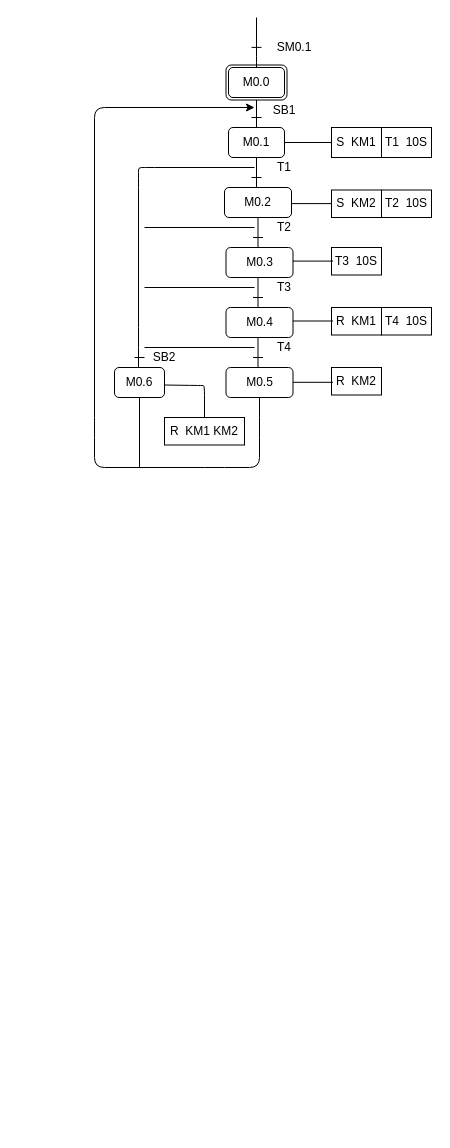
Before: Untitled Diagram.drawio in Winston9n78/Web, a draw.io diagram. Source tidied: cells renumbered, new cells numbered last; positions are measured from the earlier drawing's top-left corner, leaving out a move shared by most shapes. Both pictures are drawn from the tidied source at 100%, with x=0, y=0 at pixel (94, 17).
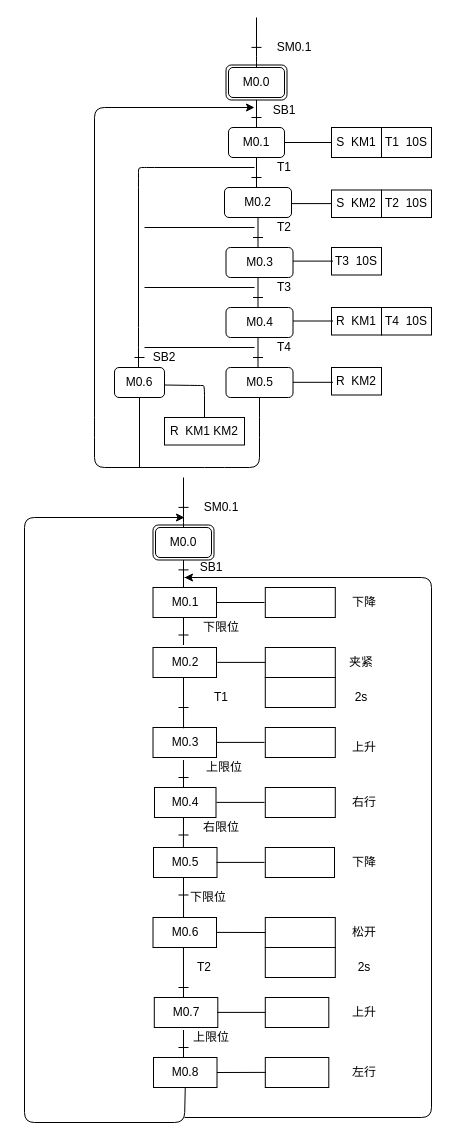
The same page after the edit.

Change to the diagram source:
```diff
@@
+    <mxCell id="51" style="rounded=1;whiteSpace=wrap;html=1;" parent="1" vertex="1">
+      <mxGeometry x="58.5" y="507.5" width="61" height="35" as="geometry" />
+    </mxCell>
+    <mxCell id="52" value="M0.0" style="rounded=1;whiteSpace=wrap;html=1;" parent="1" vertex="1">
+      <mxGeometry x="61" y="510" width="56" height="30" as="geometry" />
+    </mxCell>
+    <mxCell id="53" style="endArrow=none;html=1;" parent="1" edge="1">
+      <mxGeometry relative="1" as="geometry">
+        <mxPoint x="89" y="460" as="sourcePoint" />
+        <mxPoint x="89" y="510" as="targetPoint" />
+        <Array as="points">
+          <mxPoint x="89" y="500" />
+        </Array>
+      </mxGeometry>
+    </mxCell>
+    <mxCell id="54" value="SM0.1" style="text;html=1;strokeColor=none;fillColor=none;align=center;verticalAlign=middle;whiteSpace=wrap;rounded=0;" parent="1" vertex="1">
+      <mxGeometry x="107" y="480" width="40" height="20" as="geometry" />
+    </mxCell>
+    <mxCell id="55" style="endArrow=none;html=1;exitX=0.5;exitY=1;exitDx=0;exitDy=0;" parent="1" edge="1" source="51">
+      <mxGeometry relative="1" as="geometry">
+        <mxPoint x="89" y="570" as="targetPoint" />
+      </mxGeometry>
+    </mxCell>
+    <mxCell id="56" style="endArrow=none;html=1;" parent="1" edge="1">
+      <mxGeometry relative="1" as="geometry">
+        <mxPoint x="94" y="552.4" as="sourcePoint" />
+        <mxPoint x="84" y="552.4" as="targetPoint" />
+      </mxGeometry>
+    </mxCell>
+    <mxCell id="57" style="endArrow=none;html=1;" parent="1" edge="1">
+      <mxGeometry relative="1" as="geometry">
+        <mxPoint x="94" y="489.9" as="sourcePoint" />
+        <mxPoint x="84" y="489.9" as="targetPoint" />
+      </mxGeometry>
+    </mxCell>
+    <mxCell id="58" value="SB1" style="text;html=1;strokeColor=none;fillColor=none;align=center;verticalAlign=middle;whiteSpace=wrap;rounded=0;" parent="1" vertex="1">
+      <mxGeometry x="97" y="540" width="40" height="20" as="geometry" />
+    </mxCell>
+    <mxCell id="59" value="M0.1" style="rounded=0;whiteSpace=wrap;html=1;" parent="1" vertex="1">
+      <mxGeometry x="58.5" y="570" width="63.5" height="30" as="geometry" />
+    </mxCell>
+    <mxCell id="60" style="rounded=0;whiteSpace=wrap;html=1;" parent="1" vertex="1">
+      <mxGeometry x="170.8" y="570" width="70" height="30" as="geometry" />
+    </mxCell>
+    <mxCell id="61" value="M0.2" style="rounded=0;whiteSpace=wrap;html=1;" parent="1" vertex="1">
+      <mxGeometry x="58.5" y="630" width="63.5" height="30" as="geometry" />
+    </mxCell>
+    <mxCell id="62" style="rounded=0;whiteSpace=wrap;html=1;" parent="1" vertex="1">
+      <mxGeometry x="170.8" y="630" width="70" height="30" as="geometry" />
+    </mxCell>
+    <mxCell id="63" value="M0.3" style="rounded=0;whiteSpace=wrap;html=1;" parent="1" vertex="1">
+      <mxGeometry x="58.5" y="710" width="63.5" height="30" as="geometry" />
+    </mxCell>
+    <mxCell id="64" style="rounded=0;whiteSpace=wrap;html=1;" parent="1" vertex="1">
+      <mxGeometry x="170.8" y="660" width="70" height="30" as="geometry" />
+    </mxCell>
+    <mxCell id="65" value="M0.4" style="rounded=0;whiteSpace=wrap;html=1;" parent="1" vertex="1">
+      <mxGeometry x="60" y="770" width="61.5" height="30" as="geometry" />
+    </mxCell>
+    <mxCell id="66" style="rounded=0;whiteSpace=wrap;html=1;" parent="1" vertex="1">
+      <mxGeometry x="170.8" y="710" width="70" height="30" as="geometry" />
+    </mxCell>
+    <mxCell id="67" value="M0.5" style="rounded=0;whiteSpace=wrap;html=1;" parent="1" vertex="1">
+      <mxGeometry x="59" y="830" width="63.5" height="30" as="geometry" />
+    </mxCell>
+    <mxCell id="68" style="rounded=0;whiteSpace=wrap;html=1;" parent="1" vertex="1">
+      <mxGeometry x="170.8" y="770" width="70" height="30" as="geometry" />
+    </mxCell>
+    <mxCell id="69" style="rounded=0;whiteSpace=wrap;html=1;" parent="1" vertex="1">
+      <mxGeometry x="170.8" y="830" width="69.2" height="30" as="geometry" />
+    </mxCell>
+    <mxCell id="70" value="M0.6" style="rounded=0;whiteSpace=wrap;html=1;" parent="1" vertex="1">
+      <mxGeometry x="58.5" y="900" width="63.5" height="30" as="geometry" />
+    </mxCell>
+    <mxCell id="71" style="rounded=0;whiteSpace=wrap;html=1;" parent="1" vertex="1">
+      <mxGeometry x="170.8" y="900" width="70" height="30" as="geometry" />
+    </mxCell>
+    <mxCell id="72" style="rounded=0;whiteSpace=wrap;html=1;" parent="1" vertex="1">
+      <mxGeometry x="170.8" y="930" width="70" height="30" as="geometry" />
+    </mxCell>
+    <mxCell id="73" value="M0.7" style="rounded=0;whiteSpace=wrap;html=1;" parent="1" vertex="1">
+      <mxGeometry x="59.8" y="980" width="63.5" height="30" as="geometry" />
+    </mxCell>
+    <mxCell id="74" style="rounded=0;whiteSpace=wrap;html=1;" parent="1" vertex="1">
+      <mxGeometry x="170.8" y="980" width="63.5" height="30" as="geometry" />
+    </mxCell>
+    <mxCell id="75" value="M0.8" style="rounded=0;whiteSpace=wrap;html=1;" parent="1" vertex="1">
+      <mxGeometry x="59" y="1040" width="63.5" height="30" as="geometry" />
+    </mxCell>
+    <mxCell id="76" style="rounded=0;whiteSpace=wrap;html=1;" parent="1" vertex="1">
+      <mxGeometry x="170.8" y="1040" width="63.5" height="30" as="geometry" />
+    </mxCell>
+    <mxCell id="77" style="endArrow=none;html=1;exitX=1;exitY=0.5;exitDx=0;exitDy=0;" parent="1" edge="1" source="59">
+      <mxGeometry relative="1" as="geometry">
+        <mxPoint x="170" y="585" as="targetPoint" />
+      </mxGeometry>
+    </mxCell>
+    <mxCell id="78" style="endArrow=none;html=1;exitX=1;exitY=0.5;exitDx=0;exitDy=0;" parent="1" edge="1">
+      <mxGeometry relative="1" as="geometry">
+        <mxPoint x="122.8" y="644.9" as="sourcePoint" />
+        <mxPoint x="170.8" y="644.9" as="targetPoint" />
+      </mxGeometry>
+    </mxCell>
+    <mxCell id="79" style="endArrow=none;html=1;exitX=1;exitY=0.5;exitDx=0;exitDy=0;" parent="1" edge="1">
+      <mxGeometry relative="1" as="geometry">
+        <mxPoint x="122" y="724.9" as="sourcePoint" />
+        <mxPoint x="170" y="724.9" as="targetPoint" />
+      </mxGeometry>
+    </mxCell>
+    <mxCell id="80" style="endArrow=none;html=1;exitX=1;exitY=0.5;exitDx=0;exitDy=0;" parent="1" edge="1">
+      <mxGeometry relative="1" as="geometry">
+        <mxPoint x="122" y="784.9" as="sourcePoint" />
+        <mxPoint x="170" y="784.9" as="targetPoint" />
+      </mxGeometry>
+    </mxCell>
+    <mxCell id="81" style="endArrow=none;html=1;exitX=1;exitY=0.5;exitDx=0;exitDy=0;" parent="1" edge="1">
+      <mxGeometry relative="1" as="geometry">
+        <mxPoint x="122" y="844.9" as="sourcePoint" />
+        <mxPoint x="170" y="844.9" as="targetPoint" />
+      </mxGeometry>
+    </mxCell>
+    <mxCell id="82" style="endArrow=none;html=1;exitX=1;exitY=0.5;exitDx=0;exitDy=0;entryX=0;entryY=0.5;entryDx=0;entryDy=0;" parent="1" edge="1" target="71">
+      <mxGeometry relative="1" as="geometry">
+        <mxPoint x="121.5" y="914.9" as="sourcePoint" />
+      </mxGeometry>
+    </mxCell>
+    <mxCell id="83" style="endArrow=none;html=1;exitX=1;exitY=0.5;exitDx=0;exitDy=0;" parent="1" edge="1">
+      <mxGeometry relative="1" as="geometry">
+        <mxPoint x="122.8" y="994.9" as="sourcePoint" />
+        <mxPoint x="170.8" y="994.9" as="targetPoint" />
+      </mxGeometry>
+    </mxCell>
+    <mxCell id="84" style="endArrow=none;html=1;exitX=1;exitY=0.5;exitDx=0;exitDy=0;" parent="1" edge="1" source="75">
+      <mxGeometry relative="1" as="geometry">
+        <mxPoint x="171.2" y="1054.9" as="targetPoint" />
+      </mxGeometry>
+    </mxCell>
+    <mxCell id="85" style="endArrow=none;html=1;exitX=0.5;exitY=1;exitDx=0;exitDy=0;" parent="1" edge="1">
+      <mxGeometry relative="1" as="geometry">
+        <mxPoint x="89" y="600" as="sourcePoint" />
+        <mxPoint x="89" y="627.5" as="targetPoint" />
+      </mxGeometry>
+    </mxCell>
+    <mxCell id="86" style="endArrow=none;html=1;" parent="1" edge="1">
+      <mxGeometry relative="1" as="geometry">
+        <mxPoint x="94" y="617.5" as="sourcePoint" />
+        <mxPoint x="84" y="617.5" as="targetPoint" />
+      </mxGeometry>
+    </mxCell>
+    <mxCell id="87" style="endArrow=none;html=1;exitX=0.5;exitY=1;exitDx=0;exitDy=0;entryX=0.481;entryY=0.026;entryDx=0;entryDy=0;entryPerimeter=0;" parent="1" edge="1" target="63">
+      <mxGeometry relative="1" as="geometry">
+        <mxPoint x="89" y="660" as="sourcePoint" />
+      </mxGeometry>
+    </mxCell>
+    <mxCell id="88" style="endArrow=none;html=1;" parent="1" edge="1">
+      <mxGeometry relative="1" as="geometry">
+        <mxPoint x="94" y="690" as="sourcePoint" />
+        <mxPoint x="84" y="690" as="targetPoint" />
+      </mxGeometry>
+    </mxCell>
+    <mxCell id="89" style="endArrow=none;html=1;exitX=0.48;exitY=1.083;exitDx=0;exitDy=0;exitPerimeter=0;" parent="1" edge="1" source="63">
+      <mxGeometry relative="1" as="geometry">
+        <mxPoint x="89" y="770" as="targetPoint" />
+      </mxGeometry>
+    </mxCell>
+    <mxCell id="90" style="endArrow=none;html=1;" parent="1" edge="1">
+      <mxGeometry relative="1" as="geometry">
+        <mxPoint x="94" y="760" as="sourcePoint" />
+        <mxPoint x="84" y="760" as="targetPoint" />
+      </mxGeometry>
+    </mxCell>
+    <mxCell id="91" style="endArrow=none;html=1;exitX=0.5;exitY=1;exitDx=0;exitDy=0;entryX=0.471;entryY=0.001;entryDx=0;entryDy=0;entryPerimeter=0;" parent="1" edge="1" target="67">
+      <mxGeometry relative="1" as="geometry">
+        <mxPoint x="89" y="800" as="sourcePoint" />
+      </mxGeometry>
+    </mxCell>
+    <mxCell id="92" style="endArrow=none;html=1;" parent="1" edge="1">
+      <mxGeometry relative="1" as="geometry">
+        <mxPoint x="94" y="817.5" as="sourcePoint" />
+        <mxPoint x="84" y="817.5" as="targetPoint" />
+      </mxGeometry>
+    </mxCell>
+    <mxCell id="93" style="endArrow=none;html=1;exitX=0.5;exitY=1;exitDx=0;exitDy=0;entryX=0.481;entryY=0.015;entryDx=0;entryDy=0;entryPerimeter=0;" parent="1" edge="1" target="70">
+      <mxGeometry relative="1" as="geometry">
+        <mxPoint x="89" y="860" as="sourcePoint" />
+      </mxGeometry>
+    </mxCell>
+    <mxCell id="94" style="endArrow=none;html=1;" parent="1" edge="1">
+      <mxGeometry relative="1" as="geometry">
+        <mxPoint x="94" y="877.5" as="sourcePoint" />
+        <mxPoint x="84" y="877.5" as="targetPoint" />
+      </mxGeometry>
+    </mxCell>
+    <mxCell id="95" style="endArrow=none;html=1;exitX=0.48;exitY=1;exitDx=0;exitDy=0;exitPerimeter=0;" parent="1" edge="1" source="70">
+      <mxGeometry relative="1" as="geometry">
+        <mxPoint x="89" y="980" as="targetPoint" />
+      </mxGeometry>
+    </mxCell>
+    <mxCell id="96" style="endArrow=none;html=1;" parent="1" edge="1">
+      <mxGeometry relative="1" as="geometry">
+        <mxPoint x="94" y="970" as="sourcePoint" />
+        <mxPoint x="84" y="970" as="targetPoint" />
+      </mxGeometry>
+    </mxCell>
+    <mxCell id="97" style="endArrow=none;html=1;exitX=0.5;exitY=1;exitDx=0;exitDy=0;" parent="1" edge="1">
+      <mxGeometry relative="1" as="geometry">
+        <mxPoint x="89" y="1012.5" as="sourcePoint" />
+        <mxPoint x="89" y="1040" as="targetPoint" />
+      </mxGeometry>
+    </mxCell>
+    <mxCell id="98" style="endArrow=none;html=1;" parent="1" edge="1">
+      <mxGeometry relative="1" as="geometry">
+        <mxPoint x="94" y="1030" as="sourcePoint" />
+        <mxPoint x="84" y="1030" as="targetPoint" />
+      </mxGeometry>
+    </mxCell>
+    <mxCell id="99" value="下限位" style="text;html=1;strokeColor=none;fillColor=none;align=center;verticalAlign=middle;whiteSpace=wrap;rounded=0;" parent="1" vertex="1">
+      <mxGeometry x="107" y="600" width="40" height="20" as="geometry" />
+    </mxCell>
+    <mxCell id="100" value="T1" style="text;html=1;strokeColor=none;fillColor=none;align=center;verticalAlign=middle;whiteSpace=wrap;rounded=0;" parent="1" vertex="1">
+      <mxGeometry x="107" y="670" width="40" height="20" as="geometry" />
+    </mxCell>
+    <mxCell id="101" value="上限位" style="text;html=1;strokeColor=none;fillColor=none;align=center;verticalAlign=middle;whiteSpace=wrap;rounded=0;" parent="1" vertex="1">
+      <mxGeometry x="110" y="740" width="40" height="20" as="geometry" />
+    </mxCell>
+    <mxCell id="102" value="右限位" style="text;html=1;strokeColor=none;fillColor=none;align=center;verticalAlign=middle;whiteSpace=wrap;rounded=0;" parent="1" vertex="1">
+      <mxGeometry x="107" y="800" width="40" height="20" as="geometry" />
+    </mxCell>
+    <mxCell id="103" value="下限位" style="text;html=1;strokeColor=none;fillColor=none;align=center;verticalAlign=middle;whiteSpace=wrap;rounded=0;" parent="1" vertex="1">
+      <mxGeometry x="94" y="870" width="40" height="20" as="geometry" />
+    </mxCell>
+    <mxCell id="104" value="T2" style="text;html=1;strokeColor=none;fillColor=none;align=center;verticalAlign=middle;whiteSpace=wrap;rounded=0;" parent="1" vertex="1">
+      <mxGeometry x="90" y="940" width="40" height="20" as="geometry" />
+    </mxCell>
+    <mxCell id="105" value="上限位" style="text;html=1;strokeColor=none;fillColor=none;align=center;verticalAlign=middle;whiteSpace=wrap;rounded=0;" parent="1" vertex="1">
+      <mxGeometry x="97" y="1010" width="40" height="20" as="geometry" />
+    </mxCell>
+    <mxCell id="106" value="下降" style="text;html=1;strokeColor=none;fillColor=none;align=center;verticalAlign=middle;whiteSpace=wrap;rounded=0;" parent="1" vertex="1">
+      <mxGeometry x="250" y="575" width="40" height="20" as="geometry" />
+    </mxCell>
+    <mxCell id="107" value="夹紧" style="text;html=1;strokeColor=none;fillColor=none;align=center;verticalAlign=middle;whiteSpace=wrap;rounded=0;" parent="1" vertex="1">
+      <mxGeometry x="247" y="635" width="40" height="20" as="geometry" />
+    </mxCell>
+    <mxCell id="108" value="2s" style="text;html=1;strokeColor=none;fillColor=none;align=center;verticalAlign=middle;whiteSpace=wrap;rounded=0;" parent="1" vertex="1">
+      <mxGeometry x="247" y="670" width="40" height="20" as="geometry" />
+    </mxCell>
+    <mxCell id="109" value="上升" style="text;html=1;strokeColor=none;fillColor=none;align=center;verticalAlign=middle;whiteSpace=wrap;rounded=0;" parent="1" vertex="1">
+      <mxGeometry x="250" y="720" width="40" height="20" as="geometry" />
+    </mxCell>
+    <mxCell id="110" value="右行" style="text;html=1;strokeColor=none;fillColor=none;align=center;verticalAlign=middle;whiteSpace=wrap;rounded=0;" parent="1" vertex="1">
+      <mxGeometry x="250" y="775" width="40" height="20" as="geometry" />
+    </mxCell>
+    <mxCell id="111" value="下降" style="text;html=1;strokeColor=none;fillColor=none;align=center;verticalAlign=middle;whiteSpace=wrap;rounded=0;" parent="1" vertex="1">
+      <mxGeometry x="250" y="835" width="40" height="20" as="geometry" />
+    </mxCell>
+    <mxCell id="112" value="松开" style="text;html=1;strokeColor=none;fillColor=none;align=center;verticalAlign=middle;whiteSpace=wrap;rounded=0;" parent="1" vertex="1">
+      <mxGeometry x="250" y="905" width="40" height="20" as="geometry" />
+    </mxCell>
+    <mxCell id="113" value="2s" style="text;html=1;strokeColor=none;fillColor=none;align=center;verticalAlign=middle;whiteSpace=wrap;rounded=0;" parent="1" vertex="1">
+      <mxGeometry x="250" y="940" width="40" height="20" as="geometry" />
+    </mxCell>
+    <mxCell id="114" value="上升" style="text;html=1;strokeColor=none;fillColor=none;align=center;verticalAlign=middle;whiteSpace=wrap;rounded=0;" parent="1" vertex="1">
+      <mxGeometry x="250" y="985" width="40" height="20" as="geometry" />
+    </mxCell>
+    <mxCell id="115" value="左行" style="text;html=1;strokeColor=none;fillColor=none;align=center;verticalAlign=middle;whiteSpace=wrap;rounded=0;" parent="1" vertex="1">
+      <mxGeometry x="250" y="1045" width="40" height="20" as="geometry" />
+    </mxCell>
+    <mxCell id="116" style="endArrow=classic;html=1;exitX=0.5;exitY=1;exitDx=0;exitDy=0;" parent="1" edge="1" source="75">
+      <mxGeometry relative="1" as="geometry">
+        <mxPoint x="90" y="500" as="targetPoint" />
+        <Array as="points">
+          <mxPoint x="90" y="1105" />
+          <mxPoint x="-70" y="1105" />
+          <mxPoint x="-70" y="500" />
+        </Array>
+      </mxGeometry>
+    </mxCell>
+    <mxCell id="117" style="endArrow=none;html=1;" parent="1" edge="1">
+      <mxGeometry relative="1" as="geometry">
+        <mxPoint x="90" y="560" as="sourcePoint" />
+        <mxPoint x="90" y="1100" as="targetPoint" />
+        <Array as="points">
+          <mxPoint x="337" y="560" />
+          <mxPoint x="337" y="1100" />
+        </Array>
+      </mxGeometry>
+    </mxCell>
+    <mxCell id="118" style="endArrow=classic;html=1;" parent="1" edge="1">
+      <mxGeometry relative="1" as="geometry">
+        <mxPoint x="210" y="560" as="sourcePoint" />
+        <mxPoint x="90" y="560" as="targetPoint" />
+      </mxGeometry>
+    </mxCell>
```
